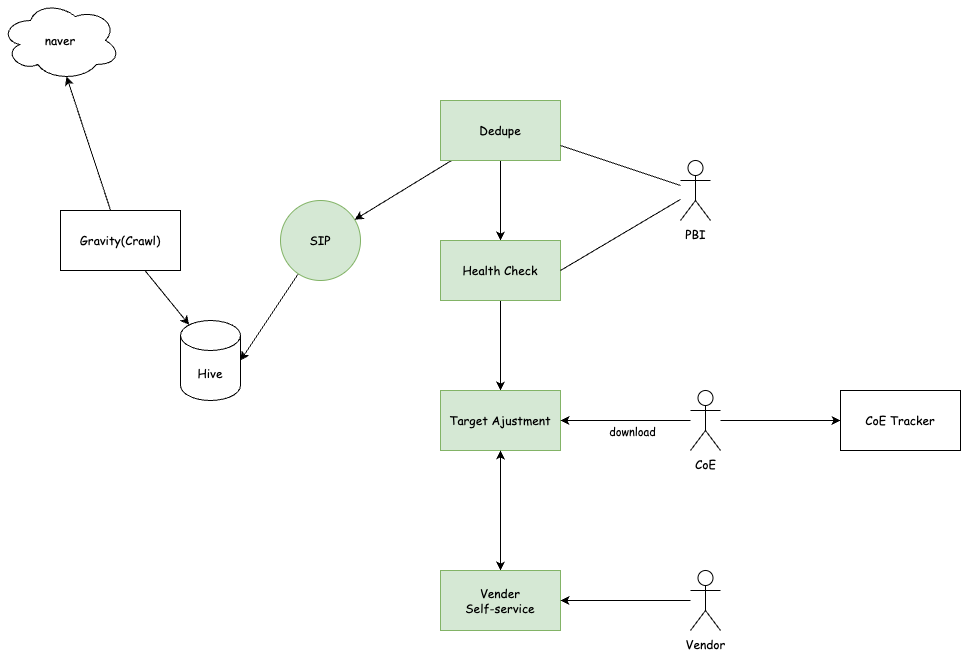
Earlier version of the draw.io export interview/deep dive/simple.sip.drawio.png (an-Onion/next-step). Source tidied: cells renumbered, new cells last; positions are measured from the earlier drawing's top-left corner, leaving out a move shared by most shapes. The source it was exported from:
```xml
<mxGraphModel>
  <root>
    <mxCell id="0" />
    <mxCell id="1" parent="0" />
    <mxCell id="2" style="edgeStyle=none;html=1;entryX=0.55;entryY=0.95;entryDx=0;entryDy=0;entryPerimeter=0;fontFamily=Comic Sans MS;" parent="1" edge="1" source="4" target="5">
      <mxGeometry relative="1" as="geometry" />
    </mxCell>
    <mxCell id="3" style="edgeStyle=none;html=1;entryX=0.145;entryY=0;entryDx=0;entryDy=4.35;entryPerimeter=0;fontFamily=Comic Sans MS;" parent="1" edge="1" source="4" target="8">
      <mxGeometry relative="1" as="geometry" />
    </mxCell>
    <mxCell id="4" value="Gravity(Crawl)" style="rounded=0;whiteSpace=wrap;html=1;fontFamily=Comic Sans MS;" parent="1" vertex="1">
      <mxGeometry x="60" y="210" width="120" height="60" as="geometry" />
    </mxCell>
    <mxCell id="5" value="naver" style="ellipse;shape=cloud;whiteSpace=wrap;html=1;fontFamily=Comic Sans MS;" parent="1" vertex="1">
      <mxGeometry width="120" height="80" as="geometry" />
    </mxCell>
    <mxCell id="6" style="edgeStyle=none;html=1;entryX=1;entryY=0.5;entryDx=0;entryDy=0;entryPerimeter=0;fontFamily=Comic Sans MS;" parent="1" edge="1" source="7" target="8">
      <mxGeometry relative="1" as="geometry" />
    </mxCell>
    <mxCell id="7" value="SIP" style="ellipse;whiteSpace=wrap;html=1;fontFamily=Comic Sans MS;fillColor=#d5e8d4;strokeColor=#82b366;" parent="1" vertex="1">
      <mxGeometry x="280" y="200" width="80" height="80" as="geometry" />
    </mxCell>
    <mxCell id="8" value="Hive" style="shape=cylinder3;whiteSpace=wrap;html=1;boundedLbl=1;backgroundOutline=1;size=15;fontFamily=Comic Sans MS;" parent="1" vertex="1">
      <mxGeometry x="180" y="320" width="60" height="80" as="geometry" />
    </mxCell>
    <mxCell id="9" style="edgeStyle=none;html=1;entryX=0.5;entryY=0;entryDx=0;entryDy=0;fontFamily=Comic Sans MS;" parent="1" edge="1" source="11" target="13">
      <mxGeometry relative="1" as="geometry" />
    </mxCell>
    <mxCell id="10" style="edgeStyle=none;html=1;fontFamily=Comic Sans MS;endArrow=classic;endFill=1;" parent="1" edge="1" source="11" target="7">
      <mxGeometry relative="1" as="geometry" />
    </mxCell>
    <mxCell id="11" value="Dedupe" style="rounded=0;whiteSpace=wrap;html=1;fontFamily=Comic Sans MS;fillColor=#d5e8d4;strokeColor=#82b366;" parent="1" vertex="1">
      <mxGeometry x="440" y="100" width="120" height="60" as="geometry" />
    </mxCell>
    <mxCell id="12" style="edgeStyle=none;html=1;entryX=0.5;entryY=0;entryDx=0;entryDy=0;fontFamily=Comic Sans MS;" parent="1" edge="1" source="13" target="15">
      <mxGeometry relative="1" as="geometry" />
    </mxCell>
    <mxCell id="13" value="Health Check" style="rounded=0;whiteSpace=wrap;html=1;fontFamily=Comic Sans MS;fillColor=#d5e8d4;strokeColor=#82b366;" parent="1" vertex="1">
      <mxGeometry x="440" y="240" width="120" height="60" as="geometry" />
    </mxCell>
    <mxCell id="14" style="edgeStyle=none;html=1;entryX=0.5;entryY=0;entryDx=0;entryDy=0;fontFamily=Comic Sans MS;endArrow=classic;endFill=1;" parent="1" edge="1" source="15" target="25">
      <mxGeometry relative="1" as="geometry" />
    </mxCell>
    <mxCell id="15" value="Target Ajustment" style="rounded=0;whiteSpace=wrap;html=1;fontFamily=Comic Sans MS;fillColor=#d5e8d4;strokeColor=#82b366;" parent="1" vertex="1">
      <mxGeometry x="440" y="390" width="120" height="60" as="geometry" />
    </mxCell>
    <mxCell id="16" style="edgeStyle=none;html=1;entryX=1;entryY=0.75;entryDx=0;entryDy=0;endArrow=none;endFill=0;fontFamily=Comic Sans MS;" parent="1" edge="1" source="18" target="11">
      <mxGeometry relative="1" as="geometry" />
    </mxCell>
    <mxCell id="17" style="edgeStyle=none;html=1;entryX=1;entryY=0.5;entryDx=0;entryDy=0;endArrow=none;endFill=0;fontFamily=Comic Sans MS;" parent="1" edge="1" source="18" target="13">
      <mxGeometry relative="1" as="geometry" />
    </mxCell>
    <mxCell id="18" value="PBI" style="shape=umlActor;verticalLabelPosition=bottom;verticalAlign=top;html=1;outlineConnect=0;fontFamily=Comic Sans MS;" parent="1" vertex="1">
      <mxGeometry x="680" y="160" width="30" height="60" as="geometry" />
    </mxCell>
    <mxCell id="19" value="CoE Tracker" style="rounded=0;whiteSpace=wrap;html=1;fontFamily=Comic Sans MS;" parent="1" vertex="1">
      <mxGeometry x="840" y="390" width="120" height="60" as="geometry" />
    </mxCell>
    <mxCell id="20" style="edgeStyle=none;html=1;entryX=1;entryY=0.5;entryDx=0;entryDy=0;endArrow=classic;endFill=1;fontFamily=Comic Sans MS;" parent="1" edge="1" source="23" target="15">
      <mxGeometry relative="1" as="geometry" />
    </mxCell>
    <mxCell id="21" value="download" style="edgeLabel;html=1;align=center;verticalAlign=middle;fontFamily=Comic Sans MS;" parent="20" vertex="1">
      <mxGeometry x="-0.09" y="-2" relative="1" as="geometry">
        <mxPoint y="12" as="offset" />
      </mxGeometry>
    </mxCell>
    <mxCell id="22" style="edgeStyle=none;html=1;entryX=0;entryY=0.5;entryDx=0;entryDy=0;endArrow=classic;endFill=1;fontFamily=Comic Sans MS;" parent="1" edge="1" source="23" target="19">
      <mxGeometry relative="1" as="geometry" />
    </mxCell>
    <mxCell id="23" value="CoE" style="shape=umlActor;verticalLabelPosition=bottom;verticalAlign=top;html=1;outlineConnect=0;fontFamily=Comic Sans MS;" parent="1" vertex="1">
      <mxGeometry x="690" y="390" width="30" height="60" as="geometry" />
    </mxCell>
    <mxCell id="24" style="edgeStyle=none;html=1;fontFamily=Comic Sans MS;endArrow=classic;endFill=1;" parent="1" edge="1" source="25" target="15">
      <mxGeometry relative="1" as="geometry" />
    </mxCell>
    <mxCell id="25" value="Vender &lt;br&gt;Self-service" style="rounded=0;whiteSpace=wrap;html=1;fontFamily=Comic Sans MS;fillColor=#d5e8d4;strokeColor=#82b366;" parent="1" vertex="1">
      <mxGeometry x="440" y="570" width="120" height="60" as="geometry" />
    </mxCell>
    <mxCell id="26" style="edgeStyle=none;html=1;entryX=1;entryY=0.5;entryDx=0;entryDy=0;fontFamily=Comic Sans MS;endArrow=classic;endFill=1;" parent="1" edge="1" source="27" target="25">
      <mxGeometry relative="1" as="geometry" />
    </mxCell>
    <mxCell id="27" value="Vendor" style="shape=umlActor;verticalLabelPosition=bottom;verticalAlign=top;html=1;outlineConnect=0;fontFamily=Comic Sans MS;" parent="1" vertex="1">
      <mxGeometry x="690" y="570" width="30" height="60" as="geometry" />
    </mxCell>
  </root>
</mxGraphModel>
```
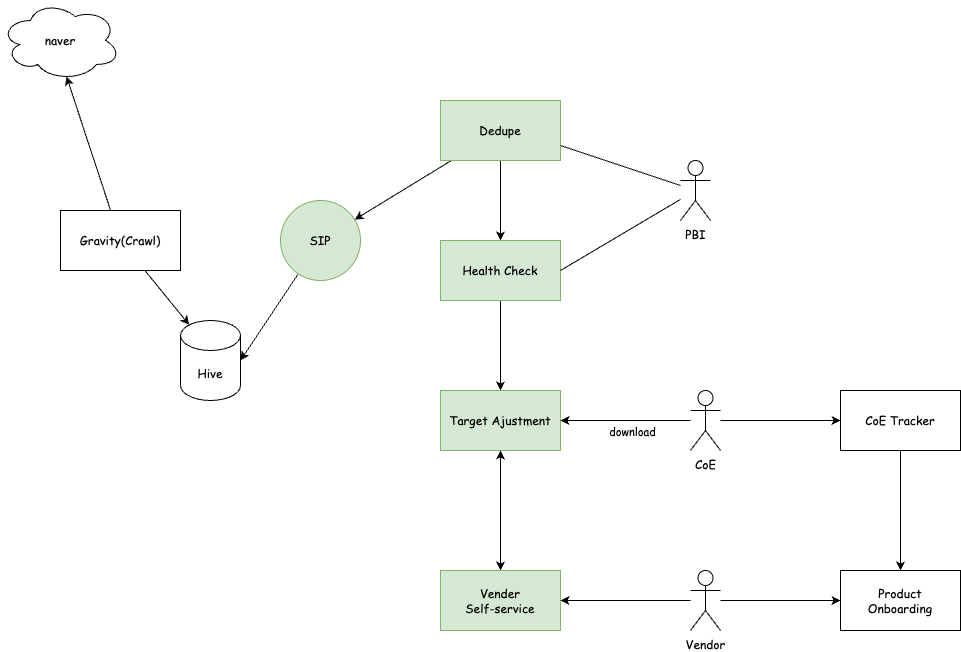
After the commit.

What changed in the source:
```diff
@@ -53,6 +53,9 @@
     <mxCell id="18" value="PBI" style="shape=umlActor;verticalLabelPosition=bottom;verticalAlign=top;html=1;outlineConnect=0;fontFamily=Comic Sans MS;" parent="1" vertex="1">
       <mxGeometry x="680" y="160" width="30" height="60" as="geometry" />
     </mxCell>
+    <mxCell id="28" style="edgeStyle=none;html=1;entryX=0.5;entryY=0;entryDx=0;entryDy=0;" parent="1" edge="1" source="19" target="30">
+      <mxGeometry relative="1" as="geometry" />
+    </mxCell>
     <mxCell id="19" value="CoE Tracker" style="rounded=0;whiteSpace=wrap;html=1;fontFamily=Comic Sans MS;" parent="1" vertex="1">
       <mxGeometry x="840" y="390" width="120" height="60" as="geometry" />
     </mxCell>
@@ -79,8 +82,14 @@
     <mxCell id="26" style="edgeStyle=none;html=1;entryX=1;entryY=0.5;entryDx=0;entryDy=0;fontFamily=Comic Sans MS;endArrow=classic;endFill=1;" parent="1" edge="1" source="27" target="25">
       <mxGeometry relative="1" as="geometry" />
     </mxCell>
+    <mxCell id="29" style="edgeStyle=none;html=1;" parent="1" edge="1" source="27" target="30">
+      <mxGeometry relative="1" as="geometry" />
+    </mxCell>
     <mxCell id="27" value="Vendor" style="shape=umlActor;verticalLabelPosition=bottom;verticalAlign=top;html=1;outlineConnect=0;fontFamily=Comic Sans MS;" parent="1" vertex="1">
       <mxGeometry x="690" y="570" width="30" height="60" as="geometry" />
     </mxCell>
+    <mxCell id="30" value="Product&lt;br&gt;Onboarding" style="rounded=0;whiteSpace=wrap;html=1;fontFamily=Comic Sans MS;" parent="1" vertex="1">
+      <mxGeometry x="840" y="570" width="120" height="60" as="geometry" />
+    </mxCell>
   </root>
 </mxGraphModel>
```
